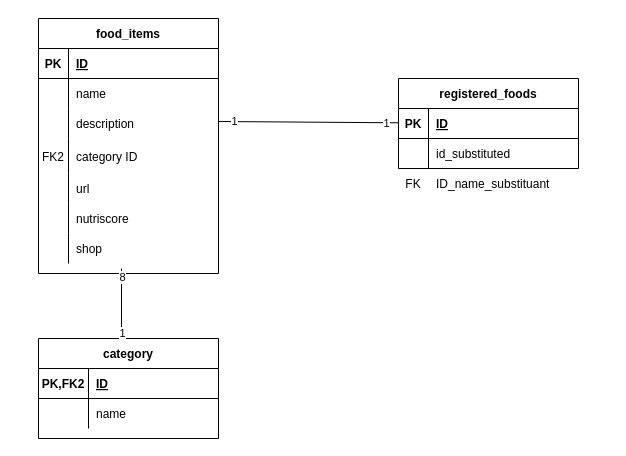
This is page "Page-10" (10 of 11) of diagrammes réunis.drawio from robindauteuil/Diagramme_UML, a draw.io file, before an edit. Source tidied: cells renumbered, new cells numbered last; positions are measured from the earlier drawing's top-left corner, leaving out a move shared by most shapes. Both pictures are drawn from the tidied source at 100%, with x=0, y=0 at pixel (38, 18).
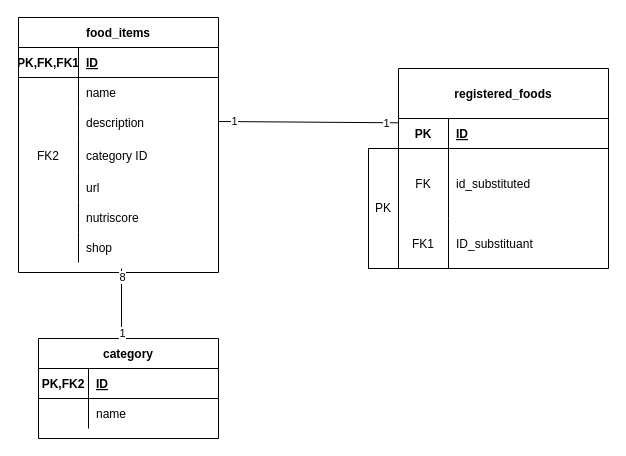
The same diagram, later.

Change to the diagram source:
```diff
@@
     <mxCell id="2" value="food_items" style="shape=table;startSize=30;childLayout=tableLayout;rowLines=0;fontStyle=1;align=center;" parent="1" vertex="1">
-      <mxGeometry width="180" height="255" as="geometry" />
+      <mxGeometry x="-20" y="-1" width="200" height="255" as="geometry" />
     </mxCell>
     <mxCell id="3" style="shape=partialRectangle;fillColor=none;top=0;left=0;bottom=1;right=0;" parent="2" vertex="1">
-      <mxGeometry y="30" width="180" height="30" as="geometry" />
+      <mxGeometry y="30" width="200" height="30" as="geometry" />
     </mxCell>
-    <mxCell id="4" value="PK" style="shape=partialRectangle;fillColor=none;top=0;left=0;bottom=0;right=0;fontStyle=1;overflow=hidden;" parent="3" vertex="1">
-      <mxGeometry width="30" height="30" as="geometry" />
+    <mxCell id="4" value="PK,FK,FK1" style="shape=partialRectangle;fillColor=none;top=0;left=0;bottom=0;right=0;fontStyle=1;overflow=hidden;" parent="3" vertex="1">
+      <mxGeometry width="60" height="30" as="geometry" />
     </mxCell>
     <mxCell id="5" value="ID" style="shape=partialRectangle;fillColor=none;top=0;left=0;bottom=0;right=0;align=left;spacingLeft=6;fontStyle=5;overflow=hidden;" parent="3" vertex="1">
-      <mxGeometry x="30" width="150" height="30" as="geometry" />
+      <mxGeometry x="60" width="140" height="30" as="geometry" />
     </mxCell>
     <mxCell id="6" style="shape=partialRectangle;fillColor=none;top=0;left=0;bottom=0;right=0;" parent="2" vertex="1">
-      <mxGeometry y="60" width="180" height="30" as="geometry" />
+      <mxGeometry y="60" width="200" height="30" as="geometry" />
     </mxCell>
     <mxCell id="7" style="shape=partialRectangle;fillColor=none;top=0;left=0;bottom=0;right=0;overflow=hidden;" parent="6" vertex="1">
-      <mxGeometry width="30" height="30" as="geometry" />
+      <mxGeometry width="60" height="30" as="geometry" />
     </mxCell>
     <mxCell id="8" value="name" style="shape=partialRectangle;fillColor=none;top=0;left=0;bottom=0;right=0;align=left;spacingLeft=6;overflow=hidden;" parent="6" vertex="1">
-      <mxGeometry x="30" width="150" height="30" as="geometry" />
+      <mxGeometry x="60" width="140" height="30" as="geometry" />
     </mxCell>
     <mxCell id="9" style="shape=partialRectangle;fillColor=none;top=0;left=0;bottom=0;right=0;" parent="2" vertex="1">
-      <mxGeometry y="90" width="180" height="30" as="geometry" />
+      <mxGeometry y="90" width="200" height="30" as="geometry" />
     </mxCell>
     <mxCell id="10" style="shape=partialRectangle;fillColor=none;top=0;left=0;bottom=0;right=0;overflow=hidden;" parent="9" vertex="1">
-      <mxGeometry width="30" height="30" as="geometry" />
+      <mxGeometry width="60" height="30" as="geometry" />
     </mxCell>
     <mxCell id="11" value="description" style="shape=partialRectangle;fillColor=none;top=0;left=0;bottom=0;right=0;align=left;spacingLeft=6;overflow=hidden;" parent="9" vertex="1">
-      <mxGeometry x="30" width="150" height="30" as="geometry" />
+      <mxGeometry x="60" width="140" height="30" as="geometry" />
     </mxCell>
     <mxCell id="12" style="shape=partialRectangle;fillColor=none;top=0;left=0;bottom=0;right=0;" parent="2" vertex="1">
-      <mxGeometry y="120" width="180" height="35" as="geometry" />
+      <mxGeometry y="120" width="200" height="35" as="geometry" />
     </mxCell>
     <mxCell id="13" value="FK2" style="shape=partialRectangle;fillColor=none;top=0;left=0;bottom=0;right=0;fontStyle=0;overflow=hidden;" parent="12" vertex="1">
-      <mxGeometry width="30" height="35" as="geometry" />
+      <mxGeometry width="60" height="35" as="geometry" />
     </mxCell>
     <mxCell id="14" value="category ID" style="shape=partialRectangle;fillColor=none;top=0;left=0;bottom=0;right=0;align=left;spacingLeft=6;fontStyle=0;overflow=hidden;" parent="12" vertex="1">
-      <mxGeometry x="30" width="150" height="35" as="geometry" />
+      <mxGeometry x="60" width="140" height="35" as="geometry" />
     </mxCell>
     <mxCell id="15" style="shape=partialRectangle;fillColor=none;top=0;left=0;bottom=0;right=0;" parent="2" vertex="1">
-      <mxGeometry y="155" width="180" height="30" as="geometry" />
+      <mxGeometry y="155" width="200" height="30" as="geometry" />
     </mxCell>
     <mxCell id="16" style="shape=partialRectangle;fillColor=none;top=0;left=0;bottom=0;right=0;overflow=hidden;" parent="15" vertex="1">
-      <mxGeometry width="30" height="30" as="geometry" />
+      <mxGeometry width="60" height="30" as="geometry" />
     </mxCell>
     <mxCell id="17" value="url" style="shape=partialRectangle;fillColor=none;top=0;left=0;bottom=0;right=0;align=left;spacingLeft=6;overflow=hidden;" parent="15" vertex="1">
-      <mxGeometry x="30" width="150" height="30" as="geometry" />
+      <mxGeometry x="60" width="140" height="30" as="geometry" />
     </mxCell>
     <mxCell id="18" style="shape=partialRectangle;fillColor=none;top=0;left=0;bottom=0;right=0;" parent="2" vertex="1">
-      <mxGeometry y="185" width="180" height="30" as="geometry" />
+      <mxGeometry y="185" width="200" height="30" as="geometry" />
     </mxCell>
     <mxCell id="19" style="shape=partialRectangle;fillColor=none;top=0;left=0;bottom=0;right=0;overflow=hidden;" parent="18" vertex="1">
-      <mxGeometry width="30" height="30" as="geometry" />
+      <mxGeometry width="60" height="30" as="geometry" />
     </mxCell>
     <mxCell id="20" value="nutriscore" style="shape=partialRectangle;fillColor=none;top=0;left=0;bottom=0;right=0;align=left;spacingLeft=6;overflow=hidden;" parent="18" vertex="1">
-      <mxGeometry x="30" width="150" height="30" as="geometry" />
+      <mxGeometry x="60" width="140" height="30" as="geometry" />
     </mxCell>
     <mxCell id="21" style="shape=partialRectangle;fillColor=none;top=0;left=0;bottom=0;right=0;" parent="2" vertex="1">
-      <mxGeometry y="215" width="180" height="30" as="geometry" />
+      <mxGeometry y="215" width="200" height="30" as="geometry" />
     </mxCell>
     <mxCell id="22" style="shape=partialRectangle;fillColor=none;top=0;left=0;bottom=0;right=0;overflow=hidden;" parent="21" vertex="1">
-      <mxGeometry width="30" height="30" as="geometry" />
+      <mxGeometry width="60" height="30" as="geometry" />
     </mxCell>
     <mxCell id="23" value="shop" style="shape=partialRectangle;fillColor=none;top=0;left=0;bottom=0;right=0;align=left;spacingLeft=6;overflow=hidden;" parent="21" vertex="1">
-      <mxGeometry x="30" width="150" height="30" as="geometry" />
+      <mxGeometry x="60" width="140" height="30" as="geometry" />
     </mxCell>
-    <mxCell id="24" value="registered_foods" style="shape=table;startSize=30;childLayout=tableLayout;rowLines=0;fontStyle=1;align=center;" parent="1" vertex="1">
-      <mxGeometry x="360" y="60" width="180" height="90" as="geometry" />
+    <mxCell id="24" value="registered_foods" style="shape=table;startSize=50;childLayout=tableLayout;rowLines=0;fontStyle=1;align=center;" parent="1" vertex="1">
+      <mxGeometry x="360" y="50" width="210" height="200" as="geometry" />
     </mxCell>
     <mxCell id="25" style="shape=partialRectangle;fillColor=none;top=0;left=0;bottom=1;right=0;" parent="24" vertex="1">
-      <mxGeometry y="30" width="180" height="30" as="geometry" />
+      <mxGeometry y="50" width="210" height="30" as="geometry" />
     </mxCell>
     <mxCell id="26" value="PK" style="shape=partialRectangle;fillColor=none;top=0;left=0;bottom=0;right=0;fontStyle=1;overflow=hidden;" parent="25" vertex="1">
-      <mxGeometry width="30" height="30" as="geometry" />
+      <mxGeometry width="50" height="30" as="geometry" />
     </mxCell>
     <mxCell id="27" value="ID" style="shape=partialRectangle;fillColor=none;top=0;left=0;bottom=0;right=0;align=left;spacingLeft=6;fontStyle=5;overflow=hidden;" parent="25" vertex="1">
-      <mxGeometry x="30" width="150" height="30" as="geometry" />
+      <mxGeometry x="50" width="160" height="30" as="geometry" />
     </mxCell>
     <mxCell id="28" style="shape=partialRectangle;fillColor=none;top=0;left=0;bottom=0;right=0;" parent="24" vertex="1">
-      <mxGeometry y="60" width="180" height="30" as="geometry" />
+      <mxGeometry y="80" width="210" height="70" as="geometry" />
     </mxCell>
-    <mxCell id="29" style="shape=partialRectangle;fillColor=none;top=0;left=0;bottom=0;right=0;overflow=hidden;" parent="28" vertex="1">
-      <mxGeometry width="30" height="30" as="geometry" />
+    <mxCell id="29" value="FK" style="shape=partialRectangle;fillColor=none;top=0;left=0;bottom=0;right=0;overflow=hidden;" parent="28" vertex="1">
+      <mxGeometry width="50" height="70" as="geometry" />
     </mxCell>
     <mxCell id="30" value="id_substituted" style="shape=partialRectangle;fillColor=none;top=0;left=0;bottom=0;right=0;align=left;spacingLeft=6;overflow=hidden;" parent="28" vertex="1">
-      <mxGeometry x="30" width="150" height="30" as="geometry" />
+      <mxGeometry x="50" width="160" height="70" as="geometry" />
     </mxCell>
+    <mxCell id="48" style="shape=partialRectangle;fillColor=none;top=0;left=0;bottom=0;right=0;" parent="24" vertex="1">
+      <mxGeometry y="150" width="210" height="50" as="geometry" />
+    </mxCell>
+    <mxCell id="49" value="FK1" style="shape=partialRectangle;fillColor=none;top=0;left=0;bottom=0;right=0;fontStyle=0;overflow=hidden;" parent="48" vertex="1">
+      <mxGeometry width="50" height="50" as="geometry" />
+    </mxCell>
+    <mxCell id="50" value="ID_substituant" style="shape=partialRectangle;fillColor=none;top=0;left=0;bottom=0;right=0;align=left;spacingLeft=6;fontStyle=0;overflow=hidden;" parent="48" vertex="1">
+      <mxGeometry x="50" width="160" height="50" as="geometry" />
+    </mxCell>
@@
-    <mxCell id="44" style="shape=table;startSize=0;childLayout=tableLayout;rowLines=0;fontStyle=0;align=center;strokeColor=none;fillColor=none;" parent="1" vertex="1">
-      <mxGeometry x="360" y="150" width="180" height="30" as="geometry" />
-    </mxCell>
-    <mxCell id="45" style="shape=partialRectangle;fillColor=none;top=0;left=0;bottom=0;right=0;" parent="44" vertex="1">
-      <mxGeometry width="180" height="30" as="geometry" />
-    </mxCell>
-    <mxCell id="46" value="FK" style="shape=partialRectangle;fillColor=none;top=0;left=0;bottom=0;right=0;fontStyle=0;overflow=hidden;" parent="45" vertex="1">
-      <mxGeometry width="30" height="30" as="geometry" />
-    </mxCell>
-    <mxCell id="47" value="ID_name_substituant" style="shape=partialRectangle;fillColor=none;top=0;left=0;bottom=0;right=0;align=left;spacingLeft=6;fontStyle=0;overflow=hidden;" parent="45" vertex="1">
-      <mxGeometry x="30" width="150" height="30" as="geometry" />
-    </mxCell>
+    <mxCell id="51" value="PK" style="rounded=0;whiteSpace=wrap;html=1;" parent="1" vertex="1">
+      <mxGeometry x="330" y="130" width="30" height="120" as="geometry" />
+    </mxCell>
```
